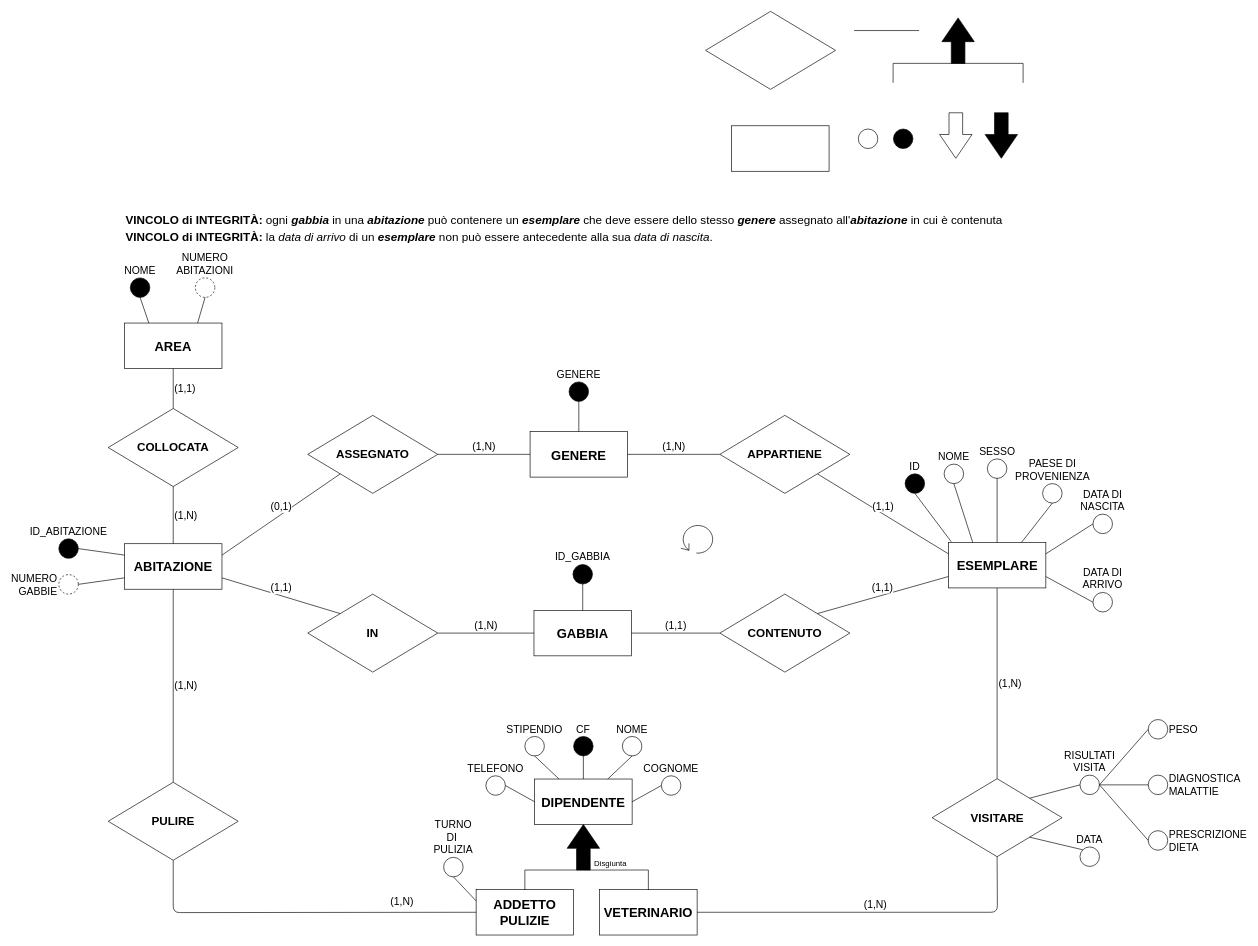
The draw.io diagram 03_ER_Schema_v3.drawio in DanielePassabi/Progetto-Laboratorio-BSD, before the edit. Source tidied: cells renumbered, new cells numbered last; positions are measured from the earlier drawing's top-left corner, leaving out a move shared by most shapes. Both pictures are drawn from the tidied source at 65%, with x=0, y=0 at pixel (58, 11).
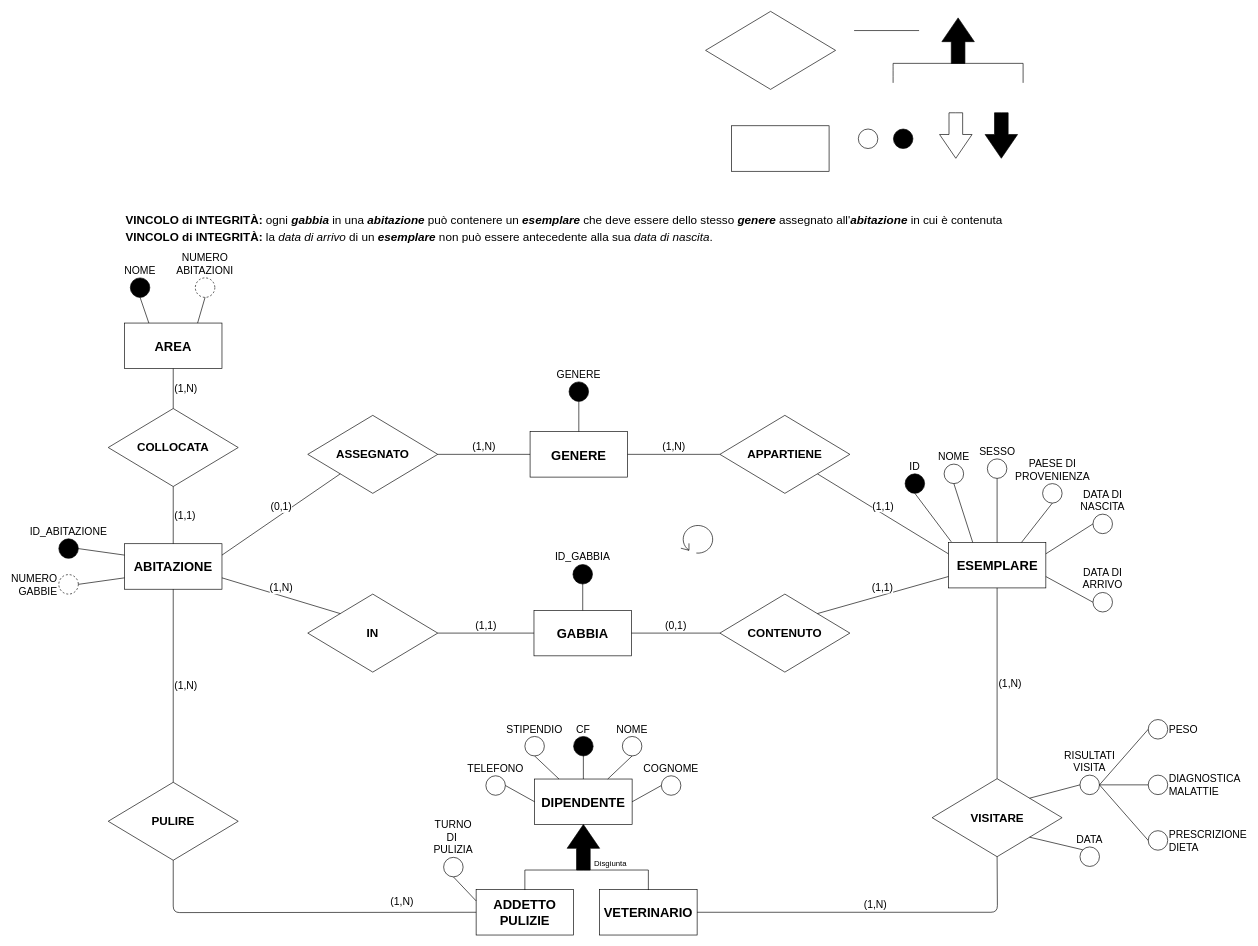
The same diagram, later.

The change refers to these unchanged cells:
```xml
<mxCell id="7" value="&lt;span style=&quot;font-size: 20px&quot;&gt;&lt;b&gt;AREA&lt;/b&gt;&lt;/span&gt;" style="rounded=0;whiteSpace=wrap;html=1;" parent="1" vertex="1">
  <mxGeometry x="101" y="479.5" width="150" height="70" as="geometry" />
</mxCell>
<mxCell id="8" value="&lt;span style=&quot;font-size: 20px&quot;&gt;&lt;b&gt;ABITAZIONE&lt;/b&gt;&lt;/span&gt;" style="rounded=0;whiteSpace=wrap;html=1;" parent="1" vertex="1">
  <mxGeometry x="101" y="819" width="150" height="70" as="geometry" />
</mxCell>
<mxCell id="9" value="&lt;font size=&quot;1&quot;&gt;&lt;b style=&quot;font-size: 20px&quot;&gt;GABBIA&lt;/b&gt;&lt;/font&gt;" style="rounded=0;whiteSpace=wrap;html=1;" parent="1" vertex="1">
  <mxGeometry x="731" y="921.5" width="150" height="70" as="geometry" />
</mxCell>
<mxCell id="14" value="&lt;span style=&quot;font-size: 18px&quot;&gt;&lt;b&gt;CONTENUTO&lt;/b&gt;&lt;/span&gt;" style="rhombus;whiteSpace=wrap;html=1;" parent="1" vertex="1">
  <mxGeometry x="1017" y="896.5" width="200" height="120" as="geometry" />
</mxCell>
<mxCell id="25" value="&lt;span style=&quot;font-size: 18px&quot;&gt;&lt;b&gt;IN&lt;/b&gt;&lt;/span&gt;" style="rhombus;whiteSpace=wrap;html=1;" parent="1" vertex="1">
  <mxGeometry x="383" y="896.5" width="200" height="120" as="geometry" />
</mxCell>
<mxCell id="32" value="&lt;span style=&quot;font-size: 18px&quot;&gt;&lt;b&gt;COLLOCATA&lt;/b&gt;&lt;/span&gt;" style="rhombus;whiteSpace=wrap;html=1;" parent="1" vertex="1">
  <mxGeometry x="76" y="611" width="200" height="120" as="geometry" />
</mxCell>
```

Diff of the diagram source:
```diff
@@
-    <mxCell id="19" value="&lt;span style=&quot;font-size: 16px ; text-align: left&quot;&gt;(1,1)&lt;/span&gt;" style="endArrow=none;html=1;exitX=0;exitY=0.5;exitDx=0;exitDy=0;labelPosition=center;verticalLabelPosition=top;align=center;verticalAlign=bottom;entryX=1;entryY=0.5;entryDx=0;entryDy=0;" parent="1" edge="1" source="14" target="9">
+    <mxCell id="19" value="&lt;span style=&quot;font-size: 16px ; text-align: left&quot;&gt;(0,1)&lt;/span&gt;" style="endArrow=none;html=1;exitX=0;exitY=0.5;exitDx=0;exitDy=0;labelPosition=center;verticalLabelPosition=top;align=center;verticalAlign=bottom;entryX=1;entryY=0.5;entryDx=0;entryDy=0;" parent="1" edge="1" source="14" target="9">
       <mxGeometry relative="1" as="geometry" />
     </mxCell>
@@
-    <mxCell id="26" value="&lt;span style=&quot;font-size: 16px ; text-align: left&quot;&gt;(1,1)&lt;/span&gt;" style="endArrow=none;html=1;entryX=0;entryY=0;entryDx=0;entryDy=0;labelPosition=center;verticalLabelPosition=top;align=center;verticalAlign=bottom;exitX=1;exitY=0.75;exitDx=0;exitDy=0;" parent="1" edge="1" source="8" target="25">
+    <mxCell id="26" value="&lt;span style=&quot;font-size: 16px ; text-align: left&quot;&gt;(1,N)&lt;/span&gt;" style="endArrow=none;html=1;entryX=0;entryY=0;entryDx=0;entryDy=0;labelPosition=center;verticalLabelPosition=top;align=center;verticalAlign=bottom;exitX=1;exitY=0.75;exitDx=0;exitDy=0;" parent="1" edge="1" source="8" target="25">
       <mxGeometry relative="1" as="geometry" />
     </mxCell>
-    <mxCell id="27" value="&lt;span style=&quot;font-size: 16px ; text-align: left&quot;&gt;(1,N)&lt;/span&gt;" style="endArrow=none;html=1;entryX=0;entryY=0.5;entryDx=0;entryDy=0;exitX=1;exitY=0.5;exitDx=0;exitDy=0;labelPosition=center;verticalLabelPosition=top;align=center;verticalAlign=bottom;" parent="1" edge="1" source="25" target="9">
+    <mxCell id="27" value="&lt;span style=&quot;font-size: 16px ; text-align: left&quot;&gt;(1,1)&lt;/span&gt;" style="endArrow=none;html=1;entryX=0;entryY=0.5;entryDx=0;entryDy=0;exitX=1;exitY=0.5;exitDx=0;exitDy=0;labelPosition=center;verticalLabelPosition=top;align=center;verticalAlign=bottom;" parent="1" edge="1" source="25" target="9">
       <mxGeometry relative="1" as="geometry" />
     </mxCell>
@@
-    <mxCell id="33" value="&lt;span style=&quot;font-size: 16px ; text-align: left&quot;&gt;(1,1)&lt;/span&gt;" style="endArrow=none;html=1;entryX=0.5;entryY=1;entryDx=0;entryDy=0;exitX=0.5;exitY=0;exitDx=0;exitDy=0;labelPosition=right;verticalLabelPosition=middle;align=left;verticalAlign=middle;" parent="1" edge="1" source="32" target="7">
+    <mxCell id="33" value="&lt;span style=&quot;font-size: 16px ; text-align: left&quot;&gt;(1,N)&lt;/span&gt;" style="endArrow=none;html=1;entryX=0.5;entryY=1;entryDx=0;entryDy=0;exitX=0.5;exitY=0;exitDx=0;exitDy=0;labelPosition=right;verticalLabelPosition=middle;align=left;verticalAlign=middle;" parent="1" edge="1" source="32" target="7">
       <mxGeometry relative="1" as="geometry" />
     </mxCell>
-    <mxCell id="34" value="&lt;font style=&quot;font-size: 16px&quot;&gt;(1,N)&lt;/font&gt;" style="endArrow=none;html=1;entryX=0.5;entryY=1;entryDx=0;entryDy=0;exitX=0.5;exitY=0;exitDx=0;exitDy=0;align=left;labelPosition=right;verticalLabelPosition=middle;verticalAlign=middle;" parent="1" edge="1" source="8" target="32">
+    <mxCell id="34" value="&lt;font style=&quot;font-size: 16px&quot;&gt;(1,1)&lt;/font&gt;" style="endArrow=none;html=1;entryX=0.5;entryY=1;entryDx=0;entryDy=0;exitX=0.5;exitY=0;exitDx=0;exitDy=0;align=left;labelPosition=right;verticalLabelPosition=middle;verticalAlign=middle;" parent="1" edge="1" source="8" target="32">
       <mxGeometry relative="1" as="geometry" />
     </mxCell>
```
